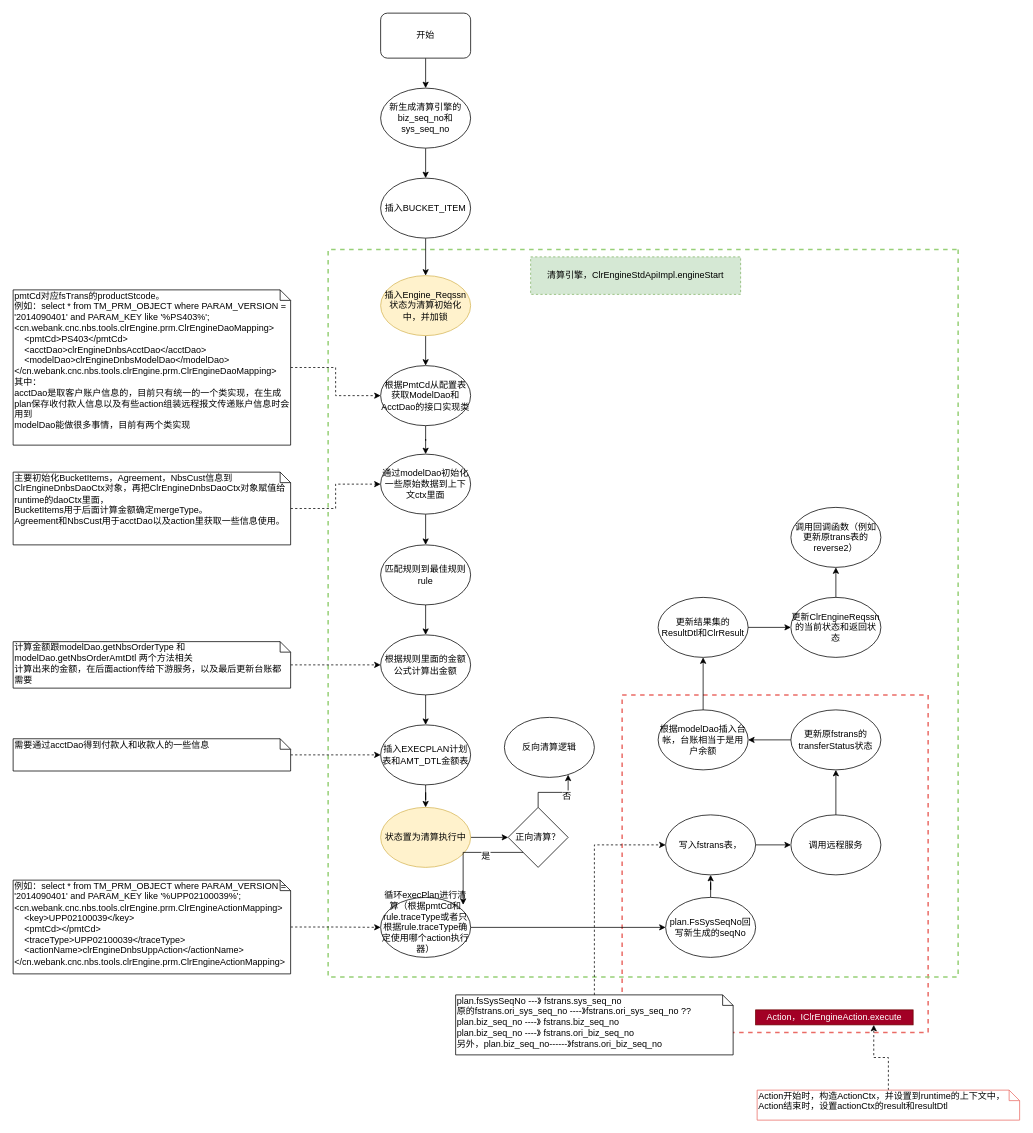
Earlier version of the draw.io diagram 清算引擎.drawio (staconfree/design). Source tidied: cells renumbered, new cells numbered last; positions are measured from the earlier drawing's top-left corner, leaving out a move shared by most shapes. Both pictures are drawn from the tidied source at 75%, with x=0, y=0 at pixel (13, 13).
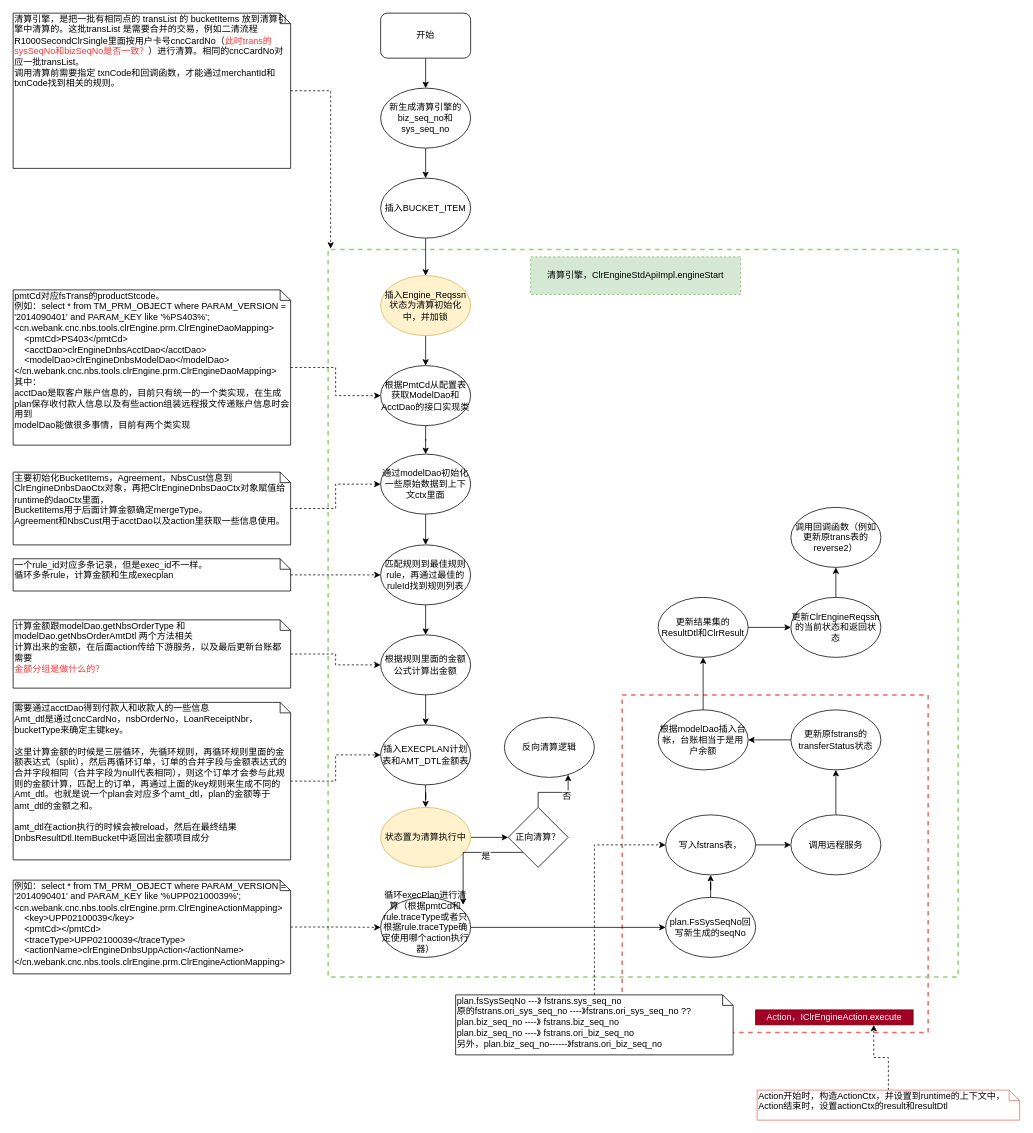
The same diagram, later.

Commit message:
更新清算引擎.drawio

Unchanged cells that the change refers to:
```xml
<mxCell id="3" style="rounded=0;whiteSpace=wrap;html=1;dashed=1;fillColor=none;direction=south;strokeColor=#97D077;strokeWidth=2;" parent="1" vertex="1">
  <mxGeometry x="420" y="315" width="840" height="970" as="geometry" />
</mxCell>
```

Change to the diagram source:
```diff
@@
-    <mxCell id="19" value="匹配规则到最佳规则rule" style="ellipse;whiteSpace=wrap;html=1;" parent="1" vertex="1">
+    <mxCell id="19" value="匹配规则到最佳规则rule，再通过最佳的ruleId找到规则列表" style="ellipse;whiteSpace=wrap;html=1;" parent="1" vertex="1">
       <mxGeometry x="490" y="709" width="120" height="80" as="geometry" />
     </mxCell>
@@
-    <mxCell id="43" value="计算金额跟modelDao.getNbsOrderType 和modelDao.getNbsOrderAmtDtl 两个方法相关&lt;br&gt;计算出来的金额，在后面action传给下游服务，以及最后更新台账都需要" style="shape=note;whiteSpace=wrap;html=1;size=14;verticalAlign=top;align=left;spacingTop=-6;" parent="1" vertex="1">
-      <mxGeometry y="838" width="370" height="62" as="geometry" />
+    <mxCell id="43" value="计算金额跟modelDao.getNbsOrderType 和modelDao.getNbsOrderAmtDtl 两个方法相关&lt;br&gt;计算出来的金额，在后面action传给下游服务，以及最后更新台账都需要&lt;br&gt;&lt;font color=&quot;#FF3333&quot;&gt;金额分组是做什么的？&lt;/font&gt;" style="shape=note;whiteSpace=wrap;html=1;size=14;verticalAlign=top;align=left;spacingTop=-6;" parent="1" vertex="1">
+      <mxGeometry y="809" width="370" height="91" as="geometry" />
     </mxCell>
@@
-    <mxCell id="62" value="需要通过acctDao得到付款人和收款人的一些信息" style="shape=note;whiteSpace=wrap;html=1;size=14;verticalAlign=top;align=left;spacingTop=-6;" parent="1" vertex="1">
-      <mxGeometry y="967.5" width="370" height="43" as="geometry" />
+    <mxCell id="62" value="需要通过acctDao得到付款人和收款人的一些信息&lt;br&gt;&lt;div&gt;Amt_dtl是通过cncCardNo，nsbOrderNo，LoanReceiptNbr，bucketType来确定主键key。&lt;/div&gt;&lt;div&gt;&lt;br&gt;&lt;/div&gt;&lt;div&gt;这里计算金额的时候是三层循环，先循环规则，再循环规则里面的金额表达式（split），然后再循环订单，订单的合并字段与金额表达式的合并字段相同（合并字段为null代表相同），则这个订单才会参与此规则的金额计算，匹配上的订单，再通过上面的key规则来生成不同的Amt_dtl。也就是说一个plan会对应多个amt_dtl，plan的金额等于amt_dtl的金额之和。&lt;/div&gt;&lt;div&gt;&lt;br&gt;&lt;/div&gt;&lt;div&gt;amt_dtl在action执行的时候会被reload，然后在最终结果DnbsResultDtl.ItemBucket中返回出金额项目成分&lt;br&gt;&lt;/div&gt;&lt;div&gt;&lt;br&gt;&lt;/div&gt;" style="shape=note;whiteSpace=wrap;html=1;size=14;verticalAlign=top;align=left;spacingTop=-6;" parent="1" vertex="1">
+      <mxGeometry y="919" width="370" height="210" as="geometry" />
     </mxCell>
+    <mxCell id="63" style="edgeStyle=orthogonalEdgeStyle;rounded=0;jettySize=auto;html=1;dashed=1;" parent="1" edge="1" source="64" target="19">
+      <mxGeometry relative="1" as="geometry" />
+    </mxCell>
+    <mxCell id="64" value="一个rule_id对应多条记录，但是exec_id不一样。&lt;br&gt;循环多条rule，计算金额和生成execplan" style="shape=note;whiteSpace=wrap;html=1;size=14;verticalAlign=top;align=left;spacingTop=-6;" parent="1" vertex="1">
+      <mxGeometry y="727.5" width="370" height="43" as="geometry" />
+    </mxCell>
+    <mxCell id="65" style="edgeStyle=orthogonalEdgeStyle;rounded=0;jettySize=auto;html=1;entryX=-0.001;entryY=0.996;entryDx=0;entryDy=0;entryPerimeter=0;dashed=1;" parent="1" edge="1" source="66" target="3">
+      <mxGeometry relative="1" as="geometry" />
+    </mxCell>
+    <mxCell id="66" value="&lt;div&gt;清算引擎，是把一批有相同点的 transList 的 bucketItems 放到清算引擎中清算的。这批transList 是需要合并的交易，例如二清流程R1000SecondClrSingle里面按用户卡号cncCardNo（&lt;font color=&quot;#FF3333&quot;&gt;此时trans的sysSeqNo和bizSeqNo是否一致？&lt;/font&gt;）进行清算。相同的cncCardNo对应一批transList。&lt;/div&gt;&lt;div&gt;调用清算前需要指定 txnCode和回调函数，才能通过merchantId和txnCode找到相关的规则。&lt;br&gt;&lt;br&gt;&lt;/div&gt;" style="shape=note;whiteSpace=wrap;html=1;size=14;verticalAlign=top;align=left;spacingTop=-6;" parent="1" vertex="1">
+      <mxGeometry width="370" height="207" as="geometry" />
+    </mxCell>
```
